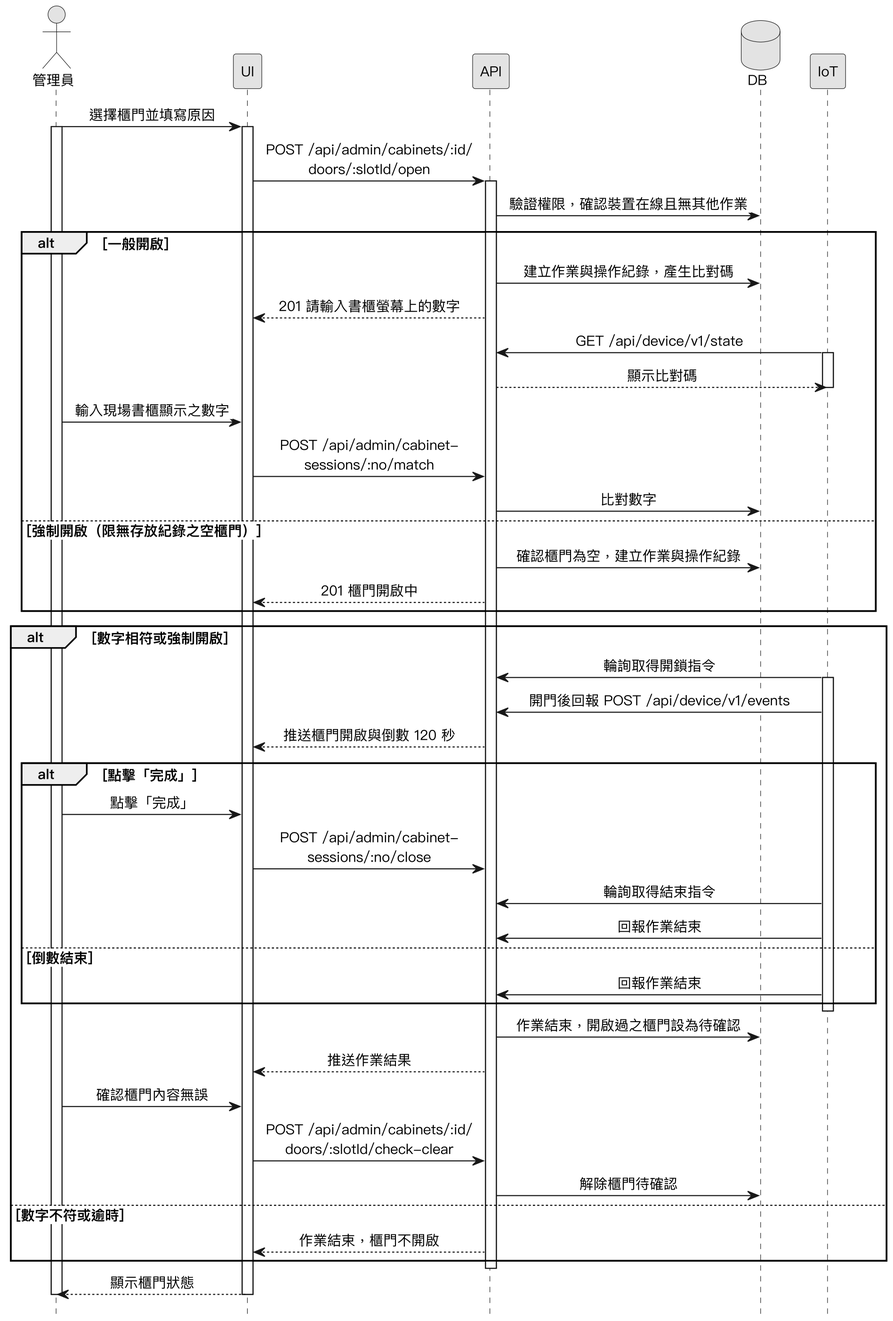
The PlantUML diagram Diagrams/Sequence Diagrams/v3/seq_cabinet_admin_open.png in SaveMyBook/SaveMyBook, before a commit. The source it was exported from:
```plantuml
@startuml
skinparam monochrome true
skinparam shadowing false
skinparam dpi 220
skinparam defaultFontName "PingFang TC"
skinparam defaultFontSize 13
skinparam sequenceMessageAlign center
skinparam ParticipantPadding 18
hide footbox

actor 管理員
participant UI
participant API
database DB
participant IoT

管理員 -> UI : 選擇櫃門並填寫原因
activate 管理員
activate UI
UI -> API : POST /api/admin/cabinets/:id/\ndoors/:slotId/open
activate API
API -> DB : 驗證權限，確認裝置在線且無其他作業
alt 一般開啟
  API -> DB : 建立作業與操作紀錄，產生比對碼
  API --> UI : 201 請輸入書櫃螢幕上的數字
  IoT -> API : GET /api/device/v1/state
  activate IoT
  API --> IoT : 顯示比對碼
  deactivate IoT
  管理員 -> UI : 輸入現場書櫃顯示之數字
  UI -> API : POST /api/admin/cabinet-\nsessions/:no/match
  API -> DB : 比對數字
else 強制開啟（限無存放紀錄之空櫃門）
  API -> DB : 確認櫃門為空，建立作業與操作紀錄
  API --> UI : 201 櫃門開啟中
end
alt 數字相符或強制開啟
  IoT -> API : 輪詢取得開鎖指令
  activate IoT
  IoT -> API : 開門後回報 POST /api/device/v1/events
  API --> UI : 推送櫃門開啟與倒數 120 秒
  alt 點擊「完成」
    管理員 -> UI : 點擊「完成」
    UI -> API : POST /api/admin/cabinet-\nsessions/:no/close
    IoT -> API : 輪詢取得結束指令
    IoT -> API : 回報作業結束
  else 倒數結束
    IoT -> API : 回報作業結束
  end
  deactivate IoT
  API -> DB : 作業結束，開啟過之櫃門設為待確認
  API --> UI : 推送作業結果
  管理員 -> UI : 確認櫃門內容無誤
  UI -> API : POST /api/admin/cabinets/:id/\ndoors/:slotId/check-clear
  API -> DB : 解除櫃門待確認
else 數字不符或逾時
  API --> UI : 作業結束，櫃門不開啟
end
deactivate API
UI --> 管理員 : 顯示櫃門狀態
deactivate UI
deactivate 管理員
@enduml
```
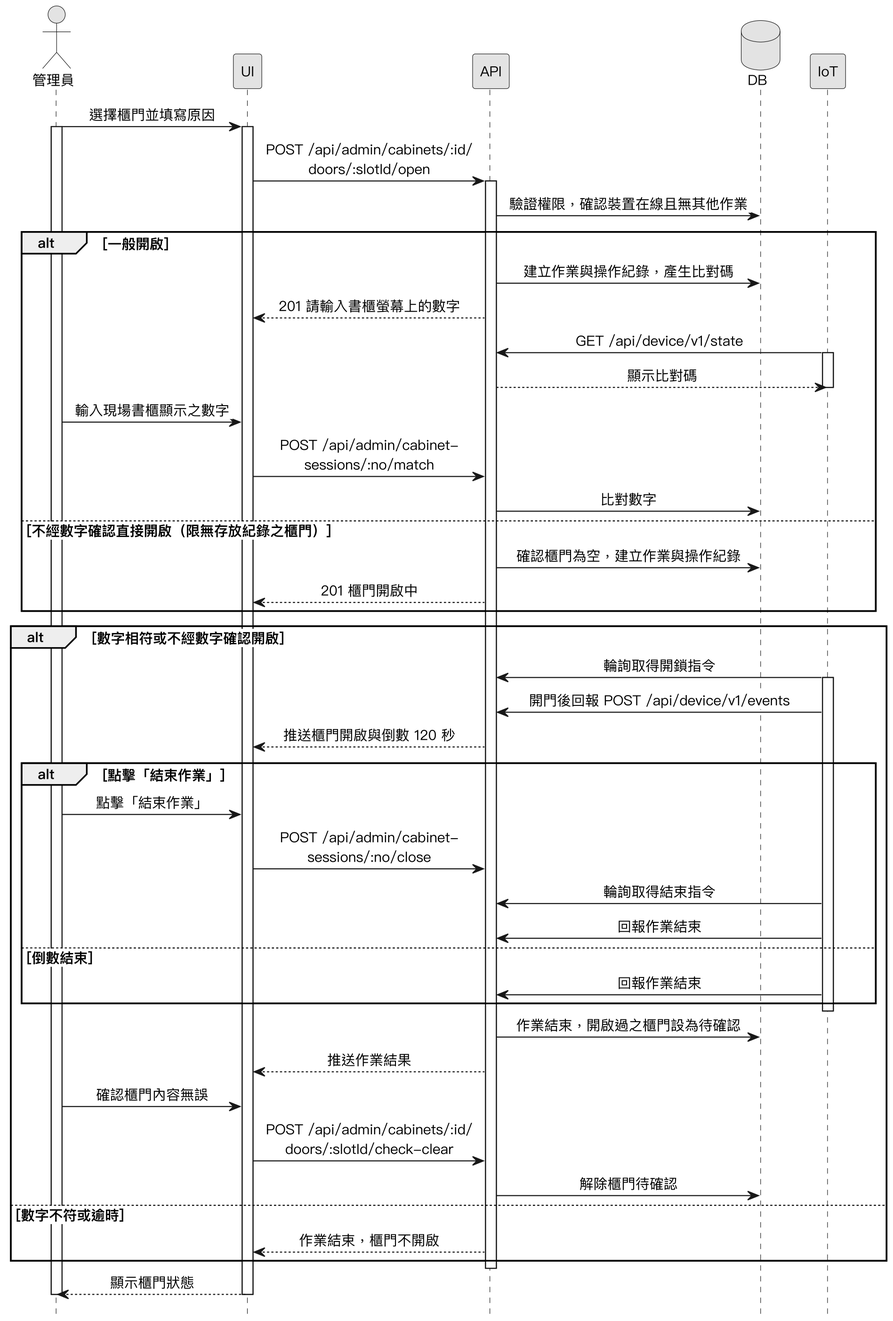
After the change.

Diff of the diagram source:
```diff
@@ -30,17 +30,17 @@
   管理員 -> UI : 輸入現場書櫃顯示之數字
   UI -> API : POST /api/admin/cabinet-\nsessions/:no/match
   API -> DB : 比對數字
-else 強制開啟（限無存放紀錄之空櫃門）
+else 不經數字確認直接開啟（限無存放紀錄之櫃門）
   API -> DB : 確認櫃門為空，建立作業與操作紀錄
   API --> UI : 201 櫃門開啟中
 end
-alt 數字相符或強制開啟
+alt 數字相符或不經數字確認開啟
   IoT -> API : 輪詢取得開鎖指令
   activate IoT
   IoT -> API : 開門後回報 POST /api/device/v1/events
   API --> UI : 推送櫃門開啟與倒數 120 秒
-  alt 點擊「完成」
-    管理員 -> UI : 點擊「完成」
+  alt 點擊「結束作業」
+    管理員 -> UI : 點擊「結束作業」
     UI -> API : POST /api/admin/cabinet-\nsessions/:no/close
     IoT -> API : 輪詢取得結束指令
     IoT -> API : 回報作業結束
```
